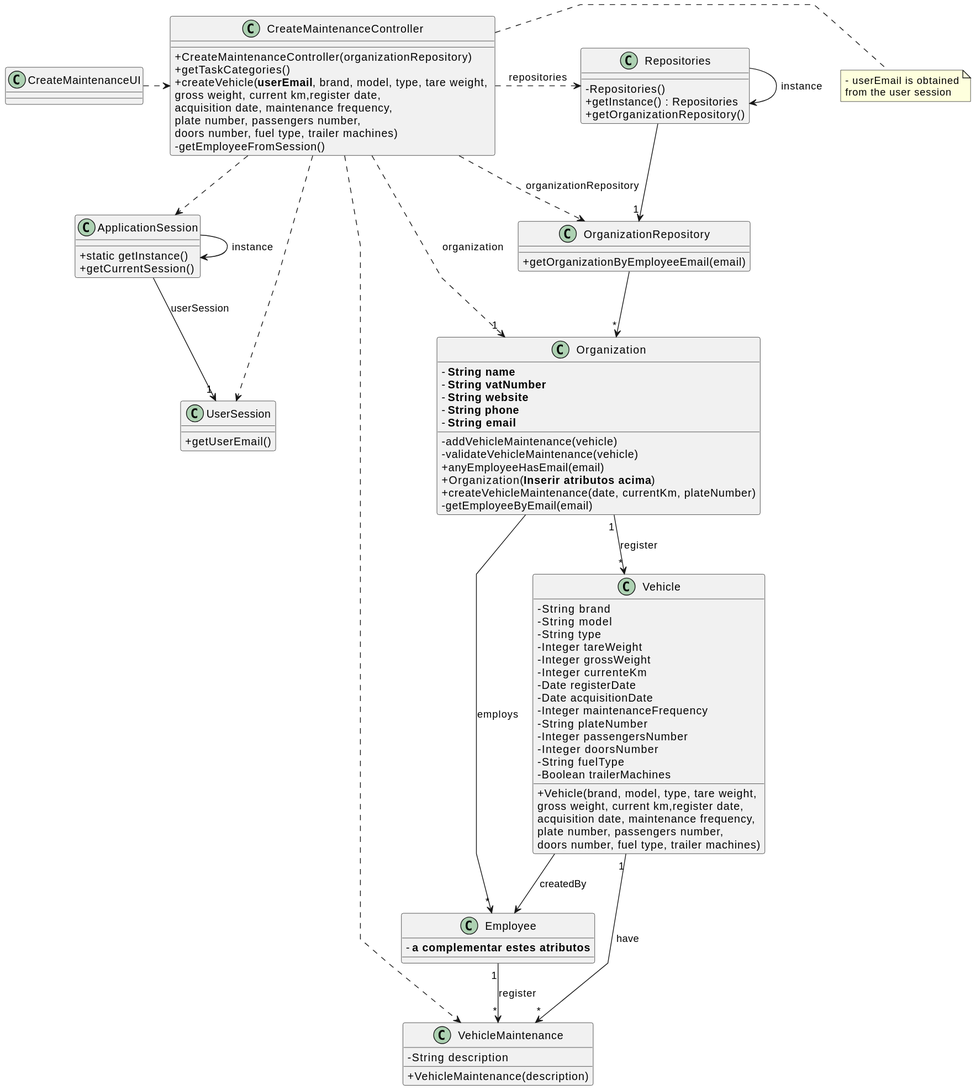
Above: docs/sprintB/us07/03.design/svg/us07-class-diagram.svg in Paulo-Pereira-at-ISEP/lei-24-s2-1nanb-g321 (PlantUML), before the change.
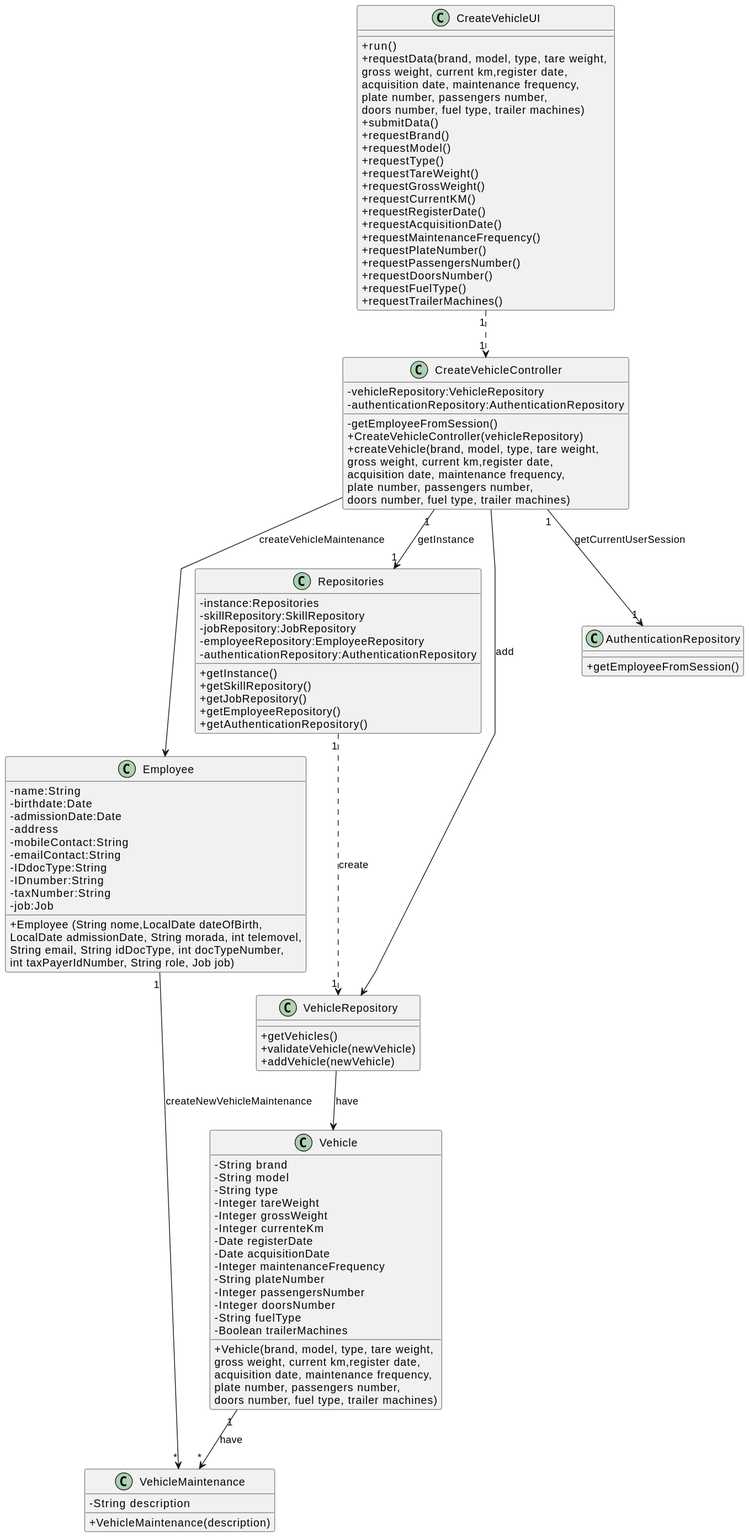
The same file after the commit.

Commit message:
LGGPM-127 - Update Class Diagram

The edit, as a diff of the source:
```diff
@@ -6,38 +6,92 @@
 skinparam classAttributeIconSize 0
 
 
-class ApplicationSession
-{
-    + static getInstance()
-    + getCurrentSession()
+class CreateVehicleUI {
+    +run()
+    +requestData(brand, model, type, tare weight, \ngross weight, current km,register date, \nacquisition date, maintenance frequency, \nplate number, passengers number,\ndoors number, fuel type, trailer machines)
+    +submitData()
+    +requestBrand()
+    +requestModel()
+    +requestType()
+    +requestTareWeight()
+    +requestGrossWeight()
+    +requestCurrentKM()
+    +requestRegisterDate()
+    +requestAcquisitionDate()
+    +requestMaintenanceFrequency()
+    +requestPlateNumber()
+    +requestPassengersNumber()
+    +requestDoorsNumber()
+    +requestFuelType()
+    +requestTrailerMachines()
 }
 
-class UserSession
-{
-    + getUserEmail()
+class CreateVehicleController {
+    - vehicleRepository:VehicleRepository
+    - authenticationRepository:AuthenticationRepository
+
+    - getEmployeeFromSession()
+    + CreateVehicleController(vehicleRepository)
+    + createVehicle(brand, model, type, tare weight, \ngross weight, current km,register date, \nacquisition date, maintenance frequency, \nplate number, passengers number,\ndoors number, fuel type, trailer machines)
 }
 
-class Employee {
-    - **a complementar estes atributos**
+class Employee{
+    -name:String
+    -birthdate:Date
+    -admissionDate:Date
+    -address
+    -mobileContact:String
+    -emailContact:String
+    -IDdocType:String
+    -IDnumber:String
+    -taxNumber:String
+    -job:Job
+
+    +Employee (String nome,LocalDate dateOfBirth,\nLocalDate admissionDate, String morada, int telemovel,\nString email, String idDocType, int docTypeNumber,\nint taxPayerIdNumber, String role, Job job)
+}
+
+class Repositories{
+    - instance:Repositories
+    - skillRepository:SkillRepository
+    - jobRepository:JobRepository
+    - employeeRepository:EmployeeRepository
+    -authenticationRepository:AuthenticationRepository
+
+
+    + getInstance()
+    + getSkillRepository()
+    + getJobRepository()
+    + getEmployeeRepository()
+    + getAuthenticationRepository()
+}
+
+class VehicleRepository{
+    + getVehicles()
+    + validateVehicle(newVehicle)
+    + addVehicle(newVehicle)
+}
+
+class AuthenticationRepository{
+    + getEmployeeFromSession()
 }
 
 class Vehicle {
     - String brand
-        - String model
-        - String type
-        - Integer tareWeight
-        - Integer grossWeight
-        - Integer currenteKm
-        - Date registerDate
-        - Date acquisitionDate
-        - Integer maintenanceFrequency
-        - String plateNumber
-        - Integer passengersNumber
-        - Integer doorsNumber
-        - String fuelType
-        - Boolean trailerMachines
+    - String model
+    - String type
+    - Integer tareWeight
+    - Integer grossWeight
+    - Integer currenteKm
+    - Date registerDate
+    - Date acquisitionDate
+    - Integer maintenanceFrequency
+    - String plateNumber
+    - Integer passengersNumber
+    - Integer doorsNumber
+    - String fuelType
+    - Boolean trailerMachines
 
-        + Vehicle(brand, model, type, tare weight, \ngross weight, current km,register date, \nacquisition date, maintenance frequency, \nplate number, passengers number,\ndoors number, fuel type, trailer machines)
+    + Vehicle(brand, model, type, tare weight, \ngross weight, current km,register date, \nacquisition date, maintenance frequency, \nplate number, passengers number,\ndoors number, fuel type, trailer machines)
 }
 
 class VehicleMaintenance {
@@ -46,69 +100,21 @@
     + VehicleMaintenance(description)
 }
 
-class Organization {
-    - **String name**
-    - **String vatNumber**
-    - **String website**
-    - **String phone**
-    - **String email**
+CreateVehicleUI "1" ..> "1" CreateVehicleController
 
-    - addVehicleMaintenance(vehicle)
-    - validateVehicleMaintenance(vehicle)
-    + anyEmployeeHasEmail(email)
-    + Organization(**Inserir atributos acima**)
-    + createVehicleMaintenance(date, currentKm, plateNumber)
-    - getEmployeeByEmail(email)
+CreateVehicleController "1" --> "1" Repositories : getInstance
 
-}
+Repositories "1" ..> "1" VehicleRepository : create
 
-class OrganizationRepository {
-    + getOrganizationByEmployeeEmail(email)
-}
+CreateVehicleController --> Employee : createVehicleMaintenance
 
-class Repositories {
-    - Repositories()
-    + getInstance() : Repositories
-    + getOrganizationRepository()
-}
+CreateVehicleController "1" --> "1" AuthenticationRepository : getCurrentUserSession
 
-class CreateMaintenanceController {
-    + CreateMaintenanceController(organizationRepository)
-    + getTaskCategories()
-    + createVehicle(**userEmail**, brand, model, type, tare weight, \ngross weight, current km,register date, \nacquisition date, maintenance frequency, \nplate number, passengers number,\ndoors number, fuel type, trailer machines)
-    - getEmployeeFromSession()
-}
+Employee "1" --> "*" VehicleMaintenance : createNewVehicleMaintenance
 
-note right of CreateMaintenanceController
-    - userEmail is obtained
-    from the user session
-end note
+CreateVehicleController --> VehicleRepository: add
 
-class CreateMaintenanceUI {
-}
+VehicleRepository --> Vehicle : have
 
-Repositories -> Repositories : instance
-ApplicationSession -> ApplicationSession : instance
-
-CreateMaintenanceUI .> CreateMaintenanceController
-
-CreateMaintenanceController .> Repositories : repositories
-
-CreateMaintenanceController ..> VehicleMaintenance
-CreateMaintenanceController ..> OrganizationRepository : organizationRepository
-
-Repositories --> "1" OrganizationRepository
-
-OrganizationRepository --> "*" Organization
-ApplicationSession --> "1" UserSession : userSession
-
-CreateMaintenanceController ..> "1" Organization : organization
-CreateMaintenanceController ..> ApplicationSession
-CreateMaintenanceController ..> UserSession
 Vehicle "1" --> "*" VehicleMaintenance : have
-Employee "1" --> "*" VehicleMaintenance : register
-Organization "1" --> "*" Vehicle : register
-Vehicle --> Employee : createdBy
-
-Organization --> "*" Employee : employs
 @enduml
```
